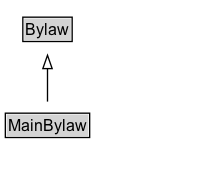
Before: docs/diagrams/MainBylaw.dot.png, a diagram exported from Graphviz (ISO-TC204/ontology-cdm-p2-v1). Its source is kept beside it as docs/diagrams/MainBylaw.dot.
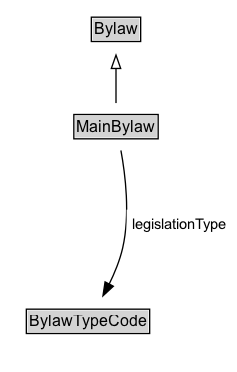
Above is the later version.

What changed in the source:
```diff
@@ -3,13 +3,21 @@
 	node [fontname=Arial fontsize=12 margin=0 shape=none]
 	edge [fontname=Arial fontsize=11]
 	{
+		rank=source
+		Bylaw [label=<<TABLE BORDER="1" CELLBORDER="0" CELLSPACING="0" CELLPADDING="1"><TR><TD BGCOLOR="lightgray" ALIGN="CENTER">Bylaw</TD></TR></TABLE>> URL="../Bylaw" margin=0]
+	}
+	MainBylaw [label=<<TABLE BORDER="1" CELLBORDER="0" CELLSPACING="0" CELLPADDING="1"><TR><TD BGCOLOR="lightgray" ALIGN="CENTER">MainBylaw</TD></TR></TABLE>> URL="../MainBylaw" margin=0]
+	{
 		rank=max
-		MainBylaw [label=<<TABLE BORDER="1" CELLBORDER="0" CELLSPACING="0" CELLPADDING="1"><TR><TD BGCOLOR="lightgray" ALIGN="CENTER" PORT="e">MainBylaw</TD></TR></TABLE>> URL="../MainBylaw.md" margin=0]
 	}
 	subgraph cluster_associated {
 		label="" style=invis
 		Invis [label=<<TABLE BORDER="0" CELLBORDER="0" CELLSPACING="0" CELLPADDING="1"><TR><TD></TD></TR></TABLE>> margin=0 style=invis]
+		BylawTypeCode [label=<<TABLE BORDER="1" CELLBORDER="0" CELLSPACING="0" CELLPADDING="1"><TR><TD BGCOLOR="lightgray" ALIGN="CENTER">BylawTypeCode</TD></TR></TABLE>> URL="../BylawTypeCode" margin=0]
 	}
-	Bylaw [label=<<TABLE BORDER="1" CELLBORDER="0" CELLSPACING="0" CELLPADDING="1"><TR><TD BGCOLOR="lightgray" ALIGN="CENTER">Bylaw</TD></TR></TABLE>> URL="../Bylaw.md" margin=0]
 	MainBylaw -> Bylaw [arrowhead=onormal style=solid]
+	MainBylaw -> Invis [style=invis]
+	Invis -> BylawTypeCode [style=invis]
+	BylawTypeCode [label=<<TABLE BORDER="1" CELLBORDER="0" CELLSPACING="0" CELLPADDING="1"><TR><TD BGCOLOR="lightgray" ALIGN="CENTER">BylawTypeCode</TD></TR></TABLE>> URL="../BylawTypeCode" margin=0]
+	MainBylaw -> BylawTypeCode [label=<<TABLE BORDER="0" CELLBORDER="0" CELLSPACING="0" CELLPADDING="4" BGCOLOR="white"><TR><TD ALIGN="CENTER">legislationType</TD></TR></TABLE>> arrowhead=normal style=solid]
 }
```
